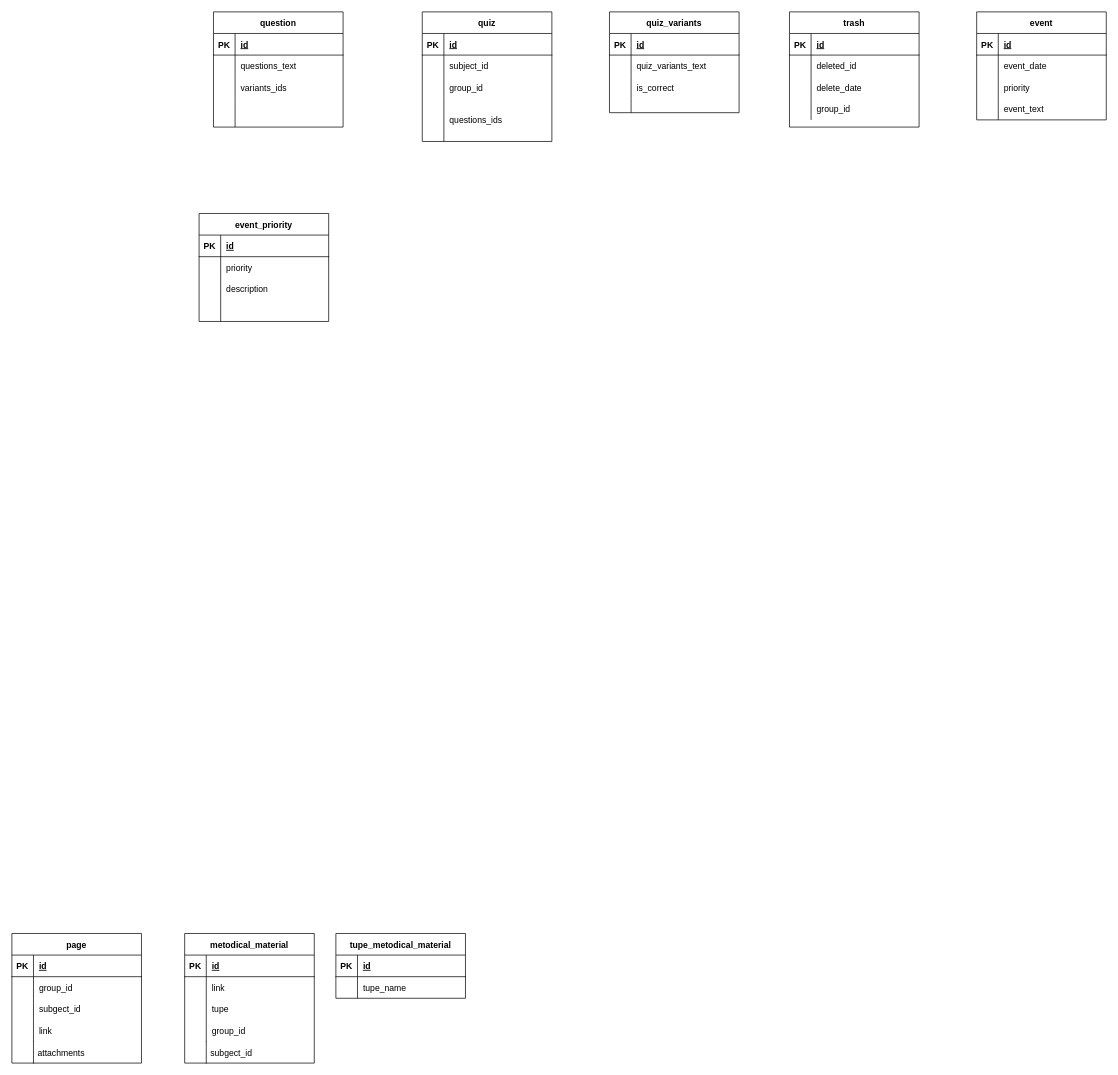
This is Untitled Diagram.drawio from student-archive/backend, a draw.io file, before an edit. Source tidied: cells renumbered, new cells numbered last; positions are measured from the earlier drawing's top-left corner, leaving out a move shared by most shapes. Both pictures are drawn from the tidied source at 72%, with x=0, y=0 at pixel (12, 12).
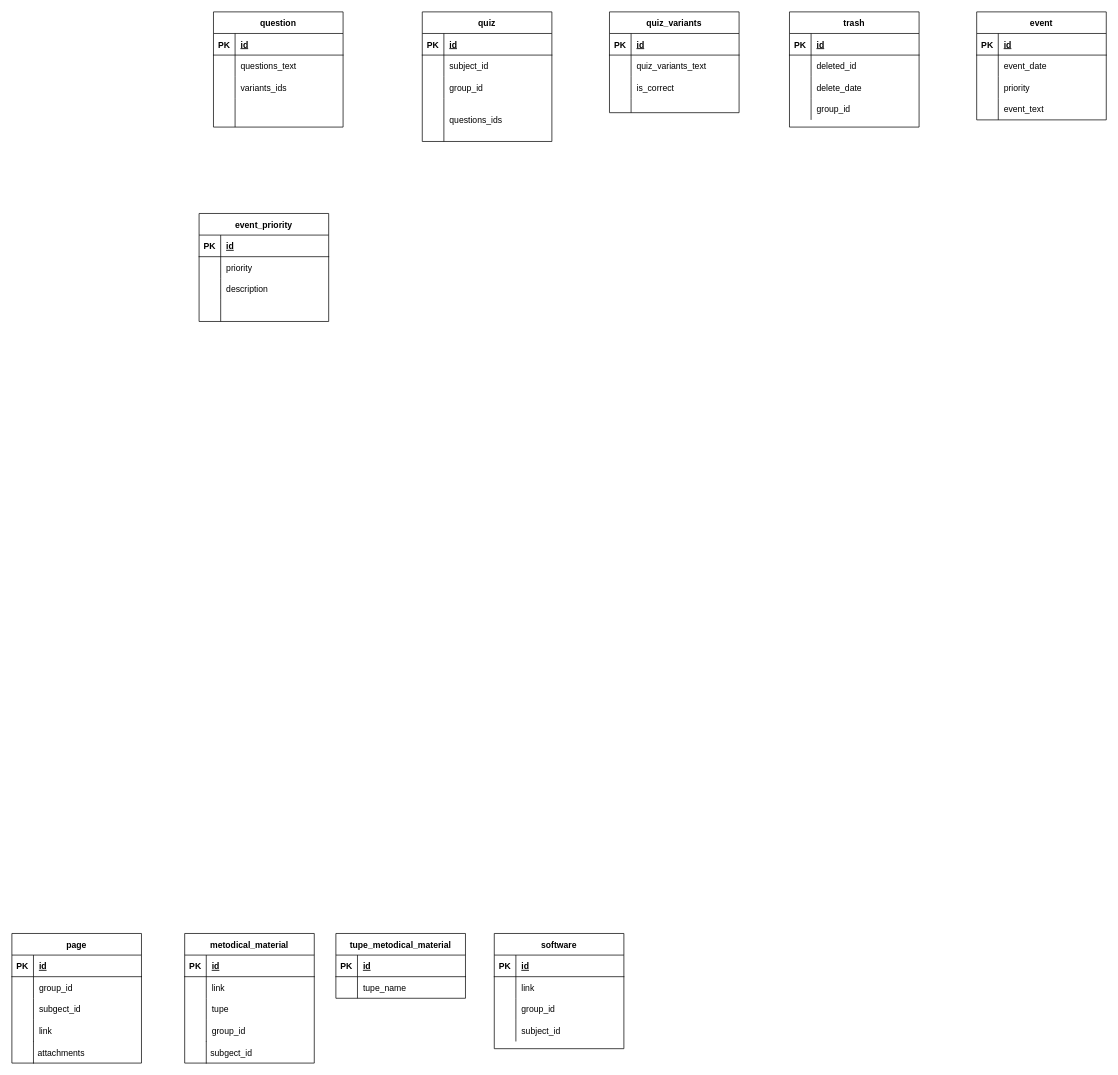
The same page after the edit.

Commit message:
feat(databases): add software tables

What changed in the source:
```diff
@@
+    <mxCell id="117" value="software" style="shape=table;startSize=30;childLayout=tableLayout;rowLines=0;fontStyle=1;align=center;" parent="1" vertex="1">
+      <mxGeometry x="670" y="1280" width="180" height="160" as="geometry" />
+    </mxCell>
+    <mxCell id="118" style="shape=tableRow;horizontal=0;startSize=0;swimlaneHead=0;swimlaneBody=0;fillColor=none;top=0;left=0;right=0;bottom=1;" parent="117" vertex="1">
+      <mxGeometry y="30" width="180" height="30" as="geometry" />
+    </mxCell>
+    <mxCell id="119" value="PK" style="shape=partialRectangle;fillColor=none;top=0;left=0;bottom=0;right=0;fontStyle=1;overflow=hidden;" parent="118" vertex="1">
+      <mxGeometry width="30" height="30" as="geometry" />
+    </mxCell>
+    <mxCell id="120" value="id" style="shape=partialRectangle;fillColor=none;top=0;left=0;bottom=0;right=0;align=left;spacingLeft=6;fontStyle=5;overflow=hidden;" parent="118" vertex="1">
+      <mxGeometry x="30" width="150" height="30" as="geometry" />
+    </mxCell>
+    <mxCell id="121" style="shape=tableRow;horizontal=0;startSize=0;swimlaneHead=0;swimlaneBody=0;fillColor=none;top=0;left=0;right=0;bottom=0;" parent="117" vertex="1">
+      <mxGeometry y="60" width="180" height="30" as="geometry" />
+    </mxCell>
+    <mxCell id="122" style="shape=partialRectangle;fillColor=none;top=0;left=0;bottom=0;right=0;overflow=hidden;" parent="121" vertex="1">
+      <mxGeometry width="30" height="30" as="geometry" />
+    </mxCell>
+    <mxCell id="123" value="link" style="shape=partialRectangle;fillColor=none;top=0;left=0;bottom=0;right=0;align=left;spacingLeft=6;overflow=hidden;" parent="121" vertex="1">
+      <mxGeometry x="30" width="150" height="30" as="geometry" />
+    </mxCell>
+    <mxCell id="124" style="shape=tableRow;horizontal=0;startSize=0;swimlaneHead=0;swimlaneBody=0;fillColor=none;top=0;left=0;right=0;bottom=0;" parent="117" vertex="1">
+      <mxGeometry y="90" width="180" height="30" as="geometry" />
+    </mxCell>
+    <mxCell id="125" style="shape=partialRectangle;fillColor=none;top=0;left=0;bottom=0;right=0;overflow=hidden;" parent="124" vertex="1">
+      <mxGeometry width="30" height="30" as="geometry" />
+    </mxCell>
+    <mxCell id="126" value="group_id" style="shape=partialRectangle;fillColor=none;top=0;left=0;bottom=0;right=0;align=left;spacingLeft=6;overflow=hidden;" parent="124" vertex="1">
+      <mxGeometry x="30" width="150" height="30" as="geometry" />
+    </mxCell>
+    <mxCell id="127" style="shape=tableRow;horizontal=0;startSize=0;swimlaneHead=0;swimlaneBody=0;fillColor=none;top=0;left=0;right=0;bottom=0;" parent="117" vertex="1">
+      <mxGeometry y="120" width="180" height="30" as="geometry" />
+    </mxCell>
+    <mxCell id="128" style="shape=partialRectangle;fillColor=none;top=0;left=0;bottom=0;right=0;overflow=hidden;" parent="127" vertex="1">
+      <mxGeometry width="30" height="30" as="geometry" />
+    </mxCell>
+    <mxCell id="129" value="subject_id" style="shape=partialRectangle;fillColor=none;top=0;left=0;bottom=0;right=0;align=left;spacingLeft=6;overflow=hidden;" parent="127" vertex="1">
+      <mxGeometry x="30" width="150" height="30" as="geometry" />
+    </mxCell>
```
